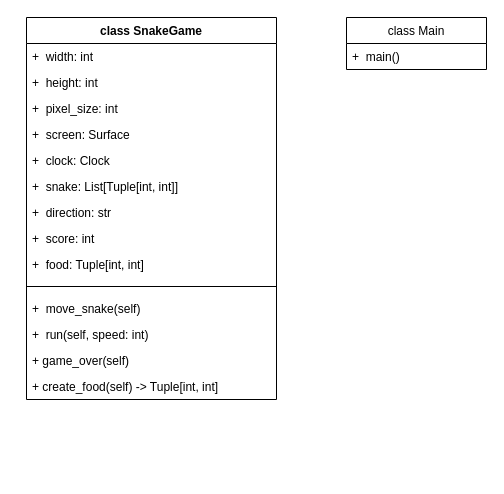
EirikAarrestad/free_r_kelly keeps this draw.io diagram as uml-diagram.drawio. Above is the earlier version. Source tidied: cells renumbered, new cells numbered last; positions are measured from the earlier drawing's top-left corner, leaving out a move shared by most shapes. Both pictures are drawn from the tidied source at 100%, with x=0, y=0 at pixel (26, 17).
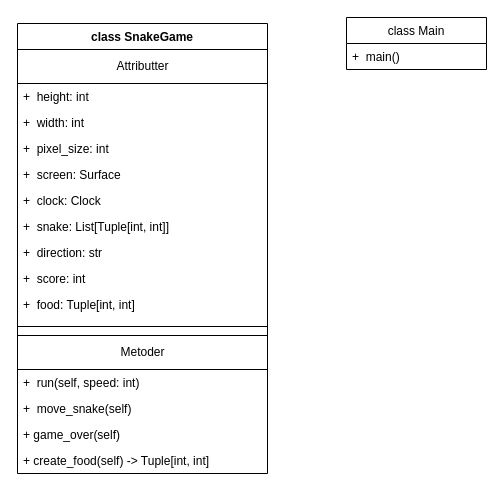
The same page after the edit.

Change to the diagram source:
```diff
@@
     <mxCell id="2" value="class SnakeGame" style="swimlane;fontStyle=1;align=center;verticalAlign=top;horizontal=1;startSize=26;" parent="1" vertex="1">
-      <mxGeometry width="250" height="382" as="geometry" />
+      <mxGeometry x="-9" y="6" width="250" height="450" as="geometry" />
     </mxCell>
+    <mxCell id="19" value="Attributter" style="html=1;" parent="2" vertex="1">
+      <mxGeometry y="26" width="250" height="34" as="geometry" />
+    </mxCell>
+    <mxCell id="4" value="+  height: int" style="text;strokeColor=none;fillColor=none;align=left;verticalAlign=top;spacingLeft=4;spacingRight=4;overflow=hidden;" parent="2" vertex="1">
+      <mxGeometry y="60" width="250" height="26" as="geometry" />
+    </mxCell>
     <mxCell id="3" value="+  width: int" style="text;strokeColor=none;fillColor=none;align=left;verticalAlign=top;spacingLeft=4;spacingRight=4;overflow=hidden;" parent="2" vertex="1">
-      <mxGeometry y="26" width="250" height="26" as="geometry" />
+      <mxGeometry y="86" width="250" height="26" as="geometry" />
     </mxCell>
-    <mxCell id="4" value="+  height: int" style="text;strokeColor=none;fillColor=none;align=left;verticalAlign=top;spacingLeft=4;spacingRight=4;overflow=hidden;" parent="2" vertex="1">
-      <mxGeometry y="52" width="250" height="26" as="geometry" />
-    </mxCell>
     <mxCell id="5" value="+  pixel_size: int" style="text;strokeColor=none;fillColor=none;align=left;verticalAlign=top;spacingLeft=4;spacingRight=4;overflow=hidden;" parent="2" vertex="1">
-      <mxGeometry y="78" width="250" height="26" as="geometry" />
+      <mxGeometry y="112" width="250" height="26" as="geometry" />
     </mxCell>
     <mxCell id="6" value="+  screen: Surface" style="text;strokeColor=none;fillColor=none;align=left;verticalAlign=top;spacingLeft=4;spacingRight=4;overflow=hidden;" parent="2" vertex="1">
-      <mxGeometry y="104" width="250" height="26" as="geometry" />
+      <mxGeometry y="138" width="250" height="26" as="geometry" />
     </mxCell>
     <mxCell id="7" value="+  clock: Clock" style="text;strokeColor=none;fillColor=none;align=left;verticalAlign=top;spacingLeft=4;spacingRight=4;overflow=hidden;" parent="2" vertex="1">
-      <mxGeometry y="130" width="250" height="26" as="geometry" />
+      <mxGeometry y="164" width="250" height="26" as="geometry" />
     </mxCell>
     <mxCell id="8" value="+  snake: List[Tuple[int, int]]" style="text;strokeColor=none;fillColor=none;align=left;verticalAlign=top;spacingLeft=4;spacingRight=4;overflow=hidden;" parent="2" vertex="1">
-      <mxGeometry y="156" width="250" height="26" as="geometry" />
+      <mxGeometry y="190" width="250" height="26" as="geometry" />
     </mxCell>
     <mxCell id="9" value="+  direction: str" style="text;strokeColor=none;fillColor=none;align=left;verticalAlign=top;spacingLeft=4;spacingRight=4;overflow=hidden;" parent="2" vertex="1">
-      <mxGeometry y="182" width="250" height="26" as="geometry" />
+      <mxGeometry y="216" width="250" height="26" as="geometry" />
     </mxCell>
     <mxCell id="10" value="+  score: int" style="text;strokeColor=none;fillColor=none;align=left;verticalAlign=top;spacingLeft=4;spacingRight=4;overflow=hidden;" parent="2" vertex="1">
-      <mxGeometry y="208" width="250" height="26" as="geometry" />
+      <mxGeometry y="242" width="250" height="26" as="geometry" />
     </mxCell>
     <mxCell id="11" value="+  food: Tuple[int, int]" style="text;strokeColor=none;fillColor=none;align=left;verticalAlign=top;spacingLeft=4;spacingRight=4;overflow=hidden;" parent="2" vertex="1">
-      <mxGeometry y="234" width="250" height="26" as="geometry" />
+      <mxGeometry y="268" width="250" height="26" as="geometry" />
     </mxCell>
     <mxCell id="12" style="line;strokeWidth=1;fillColor=none;align=left;verticalAlign=middle;spacingTop=-1;spacingLeft=3;spacingRight=3;labelPosition=right;strokeColor=inherit;" parent="2" vertex="1">
-      <mxGeometry y="260" width="250" height="18" as="geometry" />
+      <mxGeometry y="294" width="250" height="18" as="geometry" />
     </mxCell>
+    <mxCell id="20" value="Metoder" style="html=1;" parent="2" vertex="1">
+      <mxGeometry y="312" width="250" height="34" as="geometry" />
+    </mxCell>
+    <mxCell id="14" value="+  run(self, speed: int)" style="text;strokeColor=none;fillColor=none;align=left;verticalAlign=top;spacingLeft=4;spacingRight=4;overflow=hidden;" parent="2" vertex="1">
+      <mxGeometry y="346" width="250" height="26" as="geometry" />
+    </mxCell>
     <mxCell id="13" value="+  move_snake(self)" style="text;strokeColor=none;fillColor=none;align=left;verticalAlign=top;spacingLeft=4;spacingRight=4;overflow=hidden;" parent="2" vertex="1">
-      <mxGeometry y="278" width="250" height="26" as="geometry" />
+      <mxGeometry y="372" width="250" height="26" as="geometry" />
     </mxCell>
-    <mxCell id="14" value="+  run(self, speed: int)" style="text;strokeColor=none;fillColor=none;align=left;verticalAlign=top;spacingLeft=4;spacingRight=4;overflow=hidden;" parent="2" vertex="1">
-      <mxGeometry y="304" width="250" height="26" as="geometry" />
-    </mxCell>
     <mxCell id="15" value="  +  game_over(self)" style="text;strokeColor=none;fillColor=none;align=left;verticalAlign=top;spacingLeft=4;spacingRight=4;overflow=hidden;" parent="2" vertex="1">
-      <mxGeometry y="330" width="250" height="26" as="geometry" />
+      <mxGeometry y="398" width="250" height="26" as="geometry" />
     </mxCell>
     <mxCell id="16" value="+ create_food(self) -&gt; Tuple[int, int]" style="text;strokeColor=none;fillColor=none;align=left;verticalAlign=top;spacingLeft=4;spacingRight=4;overflow=hidden;" parent="2" vertex="1">
-      <mxGeometry y="356" width="250" height="26" as="geometry" />
+      <mxGeometry y="424" width="250" height="26" as="geometry" />
     </mxCell>
```
